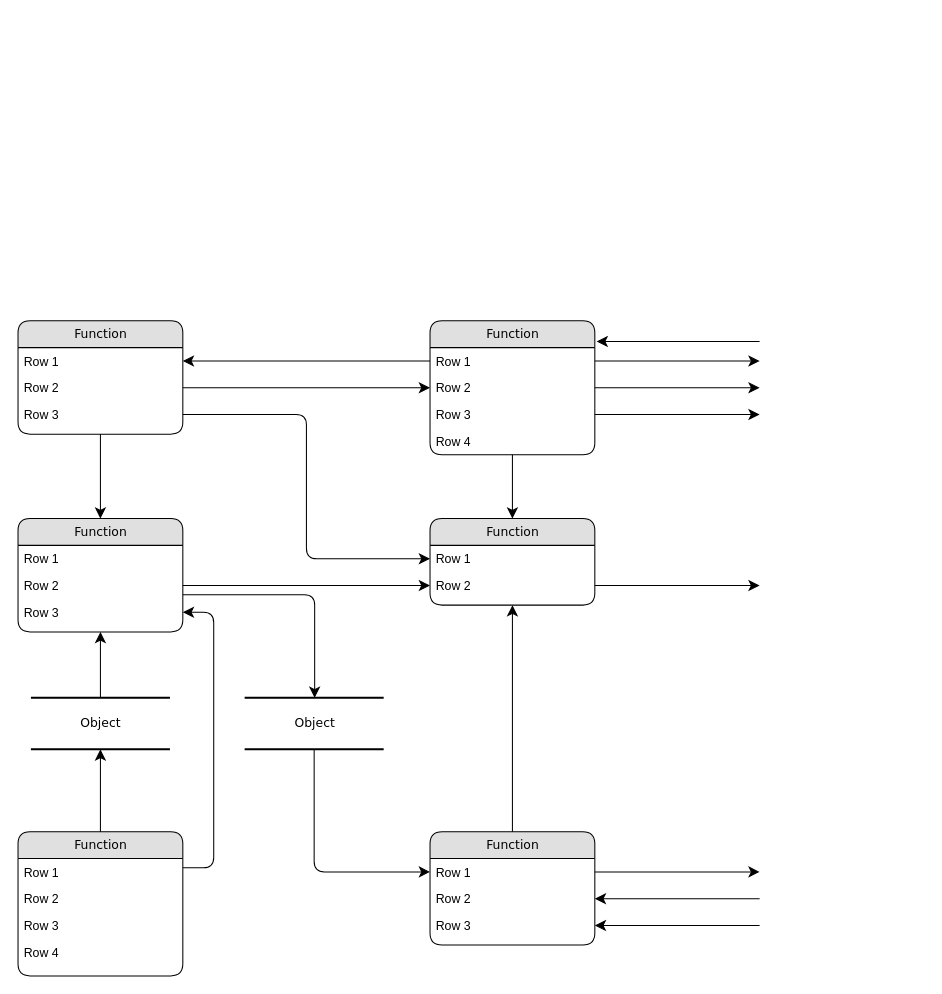
This is io Diagram.drawio from sakag-120/systemflow, a draw.io file, before an edit. Source tidied: cells renumbered, new cells numbered last; positions are measured from the earlier drawing's top-left corner, leaving out a move shared by most shapes. Both pictures are drawn from the tidied source at 103%, with x=0, y=0 at pixel (18, 320).
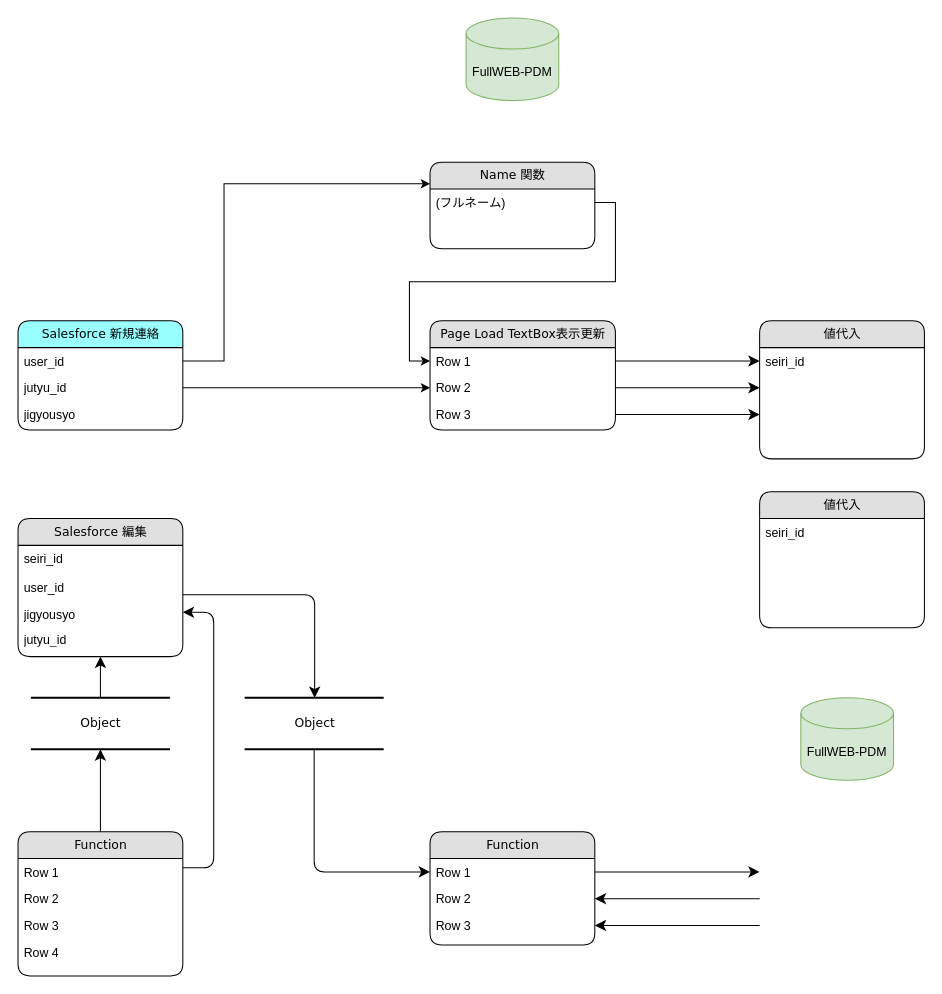
The same diagram, later.

The change refers to these unchanged cells:
```xml
<mxCell id="16" value="Function" style="swimlane;html=1;fontStyle=0;horizontal=1;startSize=26;fillColor=#e0e0e0;swimlaneFillColor=#ffffff;align=center;rounded=1;shadow=0;comic=0;labelBackgroundColor=none;strokeWidth=1;fontFamily=Verdana;fontSize=12;" parent="1" vertex="1">
  <mxGeometry y="496" width="160" height="140" as="geometry" />
</mxCell>
<mxCell id="24" value="Function" style="swimlane;html=1;fontStyle=0;horizontal=1;startSize=26;fillColor=#e0e0e0;swimlaneFillColor=#ffffff;align=center;rounded=1;shadow=0;comic=0;labelBackgroundColor=none;strokeWidth=1;fontFamily=Verdana;fontSize=12;" parent="1" vertex="1">
  <mxGeometry x="400" y="496" width="160" height="110" as="geometry" />
</mxCell>
```

What changed in the source:
```diff
@@
-    <mxCell id="3" value="Function" style="swimlane;html=1;fontStyle=0;horizontal=1;startSize=26;fillColor=#e0e0e0;swimlaneFillColor=#ffffff;align=center;rounded=1;shadow=0;comic=0;labelBackgroundColor=none;strokeWidth=1;fontFamily=Verdana;fontSize=12;" parent="1" vertex="1">
-      <mxGeometry width="160" height="110" as="geometry" />
+    <mxCell id="3" value="Salesforce 新規連絡" style="swimlane;html=1;fontStyle=0;horizontal=1;startSize=26;swimlaneFillColor=#ffffff;align=center;rounded=1;shadow=0;comic=0;labelBackgroundColor=none;strokeWidth=1;fontFamily=Verdana;fontSize=12;fillColor=#99FFFF;" parent="1" vertex="1">
+      <mxGeometry width="160" height="106" as="geometry" />
     </mxCell>
-    <mxCell id="4" value="Row 1" style="text;html=1;strokeColor=none;fillColor=none;spacingLeft=4;spacingRight=4;whiteSpace=wrap;overflow=hidden;points=[[0,0.5],[1,0.5]];portConstraint=eastwest;" parent="3" vertex="1">
-      <mxGeometry y="26" width="160" height="26" as="geometry" />
-    </mxCell>
-    <mxCell id="5" value="Row 2" style="text;html=1;strokeColor=none;fillColor=none;spacingLeft=4;spacingRight=4;whiteSpace=wrap;overflow=hidden;points=[[0,0.5],[1,0.5]];portConstraint=eastwest;" parent="3" vertex="1">
-      <mxGeometry y="52" width="160" height="26" as="geometry" />
+    <mxCell id="5" value="user_id" style="text;html=1;strokeColor=none;fillColor=none;spacingLeft=4;spacingRight=4;whiteSpace=wrap;overflow=hidden;points=[[0,0.5],[1,0.5]];portConstraint=eastwest;" parent="3" vertex="1">
+      <mxGeometry y="26" width="160" height="26" as="geometry" />
     </mxCell>
+    <mxCell id="49" value="jutyu_id" style="text;html=1;strokeColor=none;fillColor=none;spacingLeft=4;spacingRight=4;whiteSpace=wrap;overflow=hidden;points=[[0,0.5],[1,0.5]];portConstraint=eastwest;" parent="3" vertex="1">
+      <mxGeometry y="52" width="160" height="26" as="geometry" />
+    </mxCell>
-    <mxCell id="6" value="Row 3" style="text;html=1;strokeColor=none;fillColor=none;spacingLeft=4;spacingRight=4;whiteSpace=wrap;overflow=hidden;points=[[0,0.5],[1,0.5]];portConstraint=eastwest;" parent="3" vertex="1">
+    <mxCell id="6" value="jigyousyo" style="text;html=1;strokeColor=none;fillColor=none;spacingLeft=4;spacingRight=4;whiteSpace=wrap;overflow=hidden;points=[[0,0.5],[1,0.5]];portConstraint=eastwest;" parent="3" vertex="1">
       <mxGeometry y="78" width="160" height="26" as="geometry" />
     </mxCell>
-    <mxCell id="7" value="Function" style="swimlane;html=1;fontStyle=0;horizontal=1;startSize=26;fillColor=#e0e0e0;swimlaneFillColor=#ffffff;align=center;rounded=1;shadow=0;comic=0;labelBackgroundColor=none;strokeWidth=1;fontFamily=Verdana;fontSize=12;" parent="1" vertex="1">
-      <mxGeometry x="400" width="160" height="130" as="geometry" />
+    <mxCell id="7" value="Page Load TextBox表示更新" style="swimlane;html=1;fontStyle=0;horizontal=1;startSize=26;fillColor=#e0e0e0;swimlaneFillColor=#ffffff;align=center;rounded=1;shadow=0;comic=0;labelBackgroundColor=none;strokeWidth=1;fontFamily=Verdana;fontSize=12;" parent="1" vertex="1">
+      <mxGeometry x="400" width="180" height="106" as="geometry" />
     </mxCell>
     <mxCell id="8" value="Row 1" style="text;html=1;strokeColor=none;fillColor=none;spacingLeft=4;spacingRight=4;whiteSpace=wrap;overflow=hidden;points=[[0,0.5],[1,0.5]];portConstraint=eastwest;" parent="7" vertex="1">
-      <mxGeometry y="26" width="160" height="26" as="geometry" />
+      <mxGeometry y="26" width="180" height="26" as="geometry" />
     </mxCell>
     <mxCell id="9" value="Row 2" style="text;html=1;strokeColor=none;fillColor=none;spacingLeft=4;spacingRight=4;whiteSpace=wrap;overflow=hidden;points=[[0,0.5],[1,0.5]];portConstraint=eastwest;" parent="7" vertex="1">
-      <mxGeometry y="52" width="160" height="26" as="geometry" />
+      <mxGeometry y="52" width="180" height="26" as="geometry" />
     </mxCell>
     <mxCell id="10" value="Row 3" style="text;html=1;strokeColor=none;fillColor=none;spacingLeft=4;spacingRight=4;whiteSpace=wrap;overflow=hidden;points=[[0,0.5],[1,0.5]];portConstraint=eastwest;" parent="7" vertex="1">
-      <mxGeometry y="78" width="160" height="26" as="geometry" />
+      <mxGeometry y="78" width="180" height="26" as="geometry" />
     </mxCell>
-    <mxCell id="11" value="Row 4" style="text;html=1;strokeColor=none;fillColor=none;spacingLeft=4;spacingRight=4;whiteSpace=wrap;overflow=hidden;" parent="7" vertex="1">
-      <mxGeometry y="104" width="160" height="26" as="geometry" />
-    </mxCell>
-    <mxCell id="12" value="Function" style="swimlane;html=1;fontStyle=0;horizontal=1;startSize=26;fillColor=#e0e0e0;swimlaneFillColor=#ffffff;align=center;rounded=1;shadow=0;comic=0;labelBackgroundColor=none;strokeWidth=1;fontFamily=Verdana;fontSize=12;" parent="1" vertex="1">
-      <mxGeometry y="192" width="160" height="110" as="geometry" />
+    <mxCell id="12" value="Salesforce 編集" style="swimlane;html=1;fontStyle=0;horizontal=1;startSize=26;fillColor=#e0e0e0;swimlaneFillColor=#ffffff;align=center;rounded=1;shadow=0;comic=0;labelBackgroundColor=none;strokeWidth=1;fontFamily=Verdana;fontSize=12;" parent="1" vertex="1">
+      <mxGeometry y="192" width="160" height="134" as="geometry" />
     </mxCell>
-    <mxCell id="13" value="Row 1" style="text;html=1;strokeColor=none;fillColor=none;spacingLeft=4;spacingRight=4;whiteSpace=wrap;overflow=hidden;" parent="12" vertex="1">
+    <mxCell id="13" value="seiri_id" style="text;html=1;strokeColor=none;fillColor=none;spacingLeft=4;spacingRight=4;whiteSpace=wrap;overflow=hidden;" parent="12" vertex="1">
       <mxGeometry y="26" width="160" height="26" as="geometry" />
     </mxCell>
-    <mxCell id="14" value="Row 2" style="text;html=1;strokeColor=none;fillColor=none;spacingLeft=4;spacingRight=4;whiteSpace=wrap;overflow=hidden;points=[[0,0.5],[1,0.5]];portConstraint=eastwest;" parent="12" vertex="1">
-      <mxGeometry y="52" width="160" height="26" as="geometry" />
-    </mxCell>
-    <mxCell id="15" value="Row 3" style="text;html=1;strokeColor=none;fillColor=none;spacingLeft=4;spacingRight=4;whiteSpace=wrap;overflow=hidden;points=[[0,0.5],[1,0.5]];portConstraint=eastwest;" parent="12" vertex="1">
-      <mxGeometry y="78" width="160" height="26" as="geometry" />
-    </mxCell>
@@
-    <mxCell id="21" value="Function" style="swimlane;html=1;fontStyle=0;horizontal=1;startSize=26;fillColor=#e0e0e0;swimlaneFillColor=#ffffff;align=center;rounded=1;shadow=0;comic=0;labelBackgroundColor=none;strokeWidth=1;fontFamily=Verdana;fontSize=12;" parent="1" vertex="1">
-      <mxGeometry x="400" y="192" width="160" height="84" as="geometry" />
+    <mxCell id="21" value="Name 関数" style="swimlane;html=1;fontStyle=0;horizontal=1;startSize=26;fillColor=#e0e0e0;swimlaneFillColor=#ffffff;align=center;rounded=1;shadow=0;comic=0;labelBackgroundColor=none;strokeWidth=1;fontFamily=Verdana;fontSize=12;" parent="1" vertex="1">
+      <mxGeometry x="400" y="-154" width="160" height="84" as="geometry" />
     </mxCell>
-    <mxCell id="22" value="Row 1" style="text;html=1;strokeColor=none;fillColor=none;spacingLeft=4;spacingRight=4;whiteSpace=wrap;overflow=hidden;points=[[0,0.5],[1,0.5]];portConstraint=eastwest;" parent="21" vertex="1">
+    <mxCell id="22" value="(フルネーム)" style="text;html=1;strokeColor=none;fillColor=none;spacingLeft=4;spacingRight=4;whiteSpace=wrap;overflow=hidden;points=[[0,0.5],[1,0.5]];portConstraint=eastwest;" parent="21" vertex="1">
       <mxGeometry y="26" width="160" height="26" as="geometry" />
     </mxCell>
-    <mxCell id="23" value="Row 2" style="text;html=1;strokeColor=none;fillColor=none;spacingLeft=4;spacingRight=4;whiteSpace=wrap;overflow=hidden;points=[[0,0.5],[1,0.5]];portConstraint=eastwest;" parent="21" vertex="1">
-      <mxGeometry y="52" width="160" height="26" as="geometry" />
-    </mxCell>
@@
-    <mxCell id="31" style="edgeStyle=orthogonalEdgeStyle;html=1;labelBackgroundColor=none;startFill=0;startSize=8;endFill=1;endSize=8;fontFamily=Verdana;fontSize=12;exitX=1;exitY=0.25;entryX=1;entryY=0.5;" parent="1" edge="1" source="16" target="15">
+    <mxCell id="31" style="edgeStyle=orthogonalEdgeStyle;html=1;labelBackgroundColor=none;startFill=0;startSize=8;endFill=1;endSize=8;fontFamily=Verdana;fontSize=12;exitX=1;exitY=0.25;entryX=1;entryY=0.5;" parent="1" edge="1" source="16">
       <mxGeometry relative="1" as="geometry">
+        <mxPoint x="160" y="283" as="targetPoint" />
         <Array as="points">
           <mxPoint x="190" y="531" />
           <mxPoint x="190" y="283" />
         </Array>
       </mxGeometry>
     </mxCell>
@@
-    <mxCell id="34" style="edgeStyle=orthogonalEdgeStyle;html=1;labelBackgroundColor=none;startFill=0;startSize=8;endFill=1;endSize=8;fontFamily=Verdana;fontSize=12;" parent="1" edge="1" source="3" target="12">
-      <mxGeometry relative="1" as="geometry" />
-    </mxCell>
-    <mxCell id="35" style="edgeStyle=orthogonalEdgeStyle;html=1;labelBackgroundColor=none;startFill=0;startSize=8;endFill=1;endSize=8;fontFamily=Verdana;fontSize=12;" parent="1" edge="1" source="24" target="21">
-      <mxGeometry relative="1" as="geometry" />
-    </mxCell>
-    <mxCell id="36" style="edgeStyle=orthogonalEdgeStyle;html=1;labelBackgroundColor=none;startFill=0;startSize=8;endFill=1;endSize=8;fontFamily=Verdana;fontSize=12;" parent="1" edge="1" source="7" target="21">
-      <mxGeometry relative="1" as="geometry" />
-    </mxCell>
-    <mxCell id="37" style="edgeStyle=orthogonalEdgeStyle;html=1;entryX=0;entryY=0.5;labelBackgroundColor=none;startFill=0;startSize=8;endFill=1;endSize=8;fontFamily=Verdana;fontSize=12;exitX=1;exitY=0.5;" parent="1" edge="1" source="5" target="9">
-      <mxGeometry relative="1" as="geometry" />
-    </mxCell>
-    <mxCell id="38" style="edgeStyle=orthogonalEdgeStyle;html=1;exitX=0;exitY=0.5;entryX=1;entryY=0.5;labelBackgroundColor=none;startFill=0;startSize=8;endFill=1;endSize=8;fontFamily=Verdana;fontSize=12;" parent="1" edge="1" source="8" target="4">
-      <mxGeometry relative="1" as="geometry" />
-    </mxCell>
-    <mxCell id="39" style="edgeStyle=orthogonalEdgeStyle;html=1;exitX=1;exitY=0.5;entryX=0;entryY=0.5;labelBackgroundColor=none;startFill=0;startSize=8;endFill=1;endSize=8;fontFamily=Verdana;fontSize=12;" parent="1" edge="1" source="6" target="22">
-      <mxGeometry relative="1" as="geometry" />
-    </mxCell>
-    <mxCell id="40" style="edgeStyle=orthogonalEdgeStyle;html=1;exitX=1;exitY=0.5;entryX=0;entryY=0.5;labelBackgroundColor=none;startFill=0;startSize=8;endFill=1;endSize=8;fontFamily=Verdana;fontSize=12;" parent="1" edge="1" source="14" target="23">
-      <mxGeometry relative="1" as="geometry" />
-    </mxCell>
-    <mxCell id="41" style="edgeStyle=orthogonalEdgeStyle;html=1;labelBackgroundColor=none;startFill=0;startSize=8;endFill=1;endSize=8;fontFamily=Verdana;fontSize=12;" parent="1" edge="1" source="23">
-      <mxGeometry relative="1" as="geometry">
-        <mxPoint x="720" y="257" as="targetPoint" />
-      </mxGeometry>
-    </mxCell>
@@
-    <mxCell id="48" style="edgeStyle=elbowEdgeStyle;html=1;labelBackgroundColor=none;startFill=0;startSize=8;endFill=1;endSize=8;fontFamily=Verdana;fontSize=12;elbow=vertical;entryX=1.011;entryY=0.152;entryPerimeter=0;" parent="1" edge="1" target="7">
-      <mxGeometry relative="1" as="geometry">
-        <mxPoint x="720" y="20" as="sourcePoint" />
-        <Array as="points">
-          <mxPoint x="650" y="20" />
-        </Array>
-      </mxGeometry>
-    </mxCell>
+    <mxCell id="50" style="edgeStyle=orthogonalEdgeStyle;rounded=0;jettySize=auto;html=1;entryX=0;entryY=0.25;entryDx=0;entryDy=0;" parent="1" edge="1" target="21">
+      <mxGeometry relative="1" as="geometry">
+        <mxPoint x="160" y="39" as="sourcePoint" />
+        <Array as="points">
+          <mxPoint x="200" y="39" />
+          <mxPoint x="200" y="-133" />
+        </Array>
+      </mxGeometry>
+    </mxCell>
+    <mxCell id="51" value="user_id" style="text;html=1;strokeColor=none;fillColor=none;spacingLeft=4;spacingRight=4;whiteSpace=wrap;overflow=hidden;" parent="1" vertex="1">
+      <mxGeometry y="246" width="160" height="26" as="geometry" />
+    </mxCell>
+    <mxCell id="52" value="jigyousyo" style="text;html=1;strokeColor=none;fillColor=none;spacingLeft=4;spacingRight=4;whiteSpace=wrap;overflow=hidden;" parent="1" vertex="1">
+      <mxGeometry y="272" width="160" height="26" as="geometry" />
+    </mxCell>
+    <mxCell id="53" value="jutyu_id" style="text;html=1;strokeColor=none;fillColor=none;spacingLeft=4;spacingRight=4;whiteSpace=wrap;overflow=hidden;" parent="1" vertex="1">
+      <mxGeometry y="296" width="160" height="26" as="geometry" />
+    </mxCell>
+    <mxCell id="54" style="edgeStyle=orthogonalEdgeStyle;rounded=0;jettySize=auto;html=1;entryX=0;entryY=0.5;entryDx=0;entryDy=0;" parent="1" edge="1" source="22" target="8">
+      <mxGeometry relative="1" as="geometry" />
+    </mxCell>
+    <mxCell id="55" style="edgeStyle=orthogonalEdgeStyle;rounded=0;jettySize=auto;html=1;entryX=0;entryY=0.5;entryDx=0;entryDy=0;" parent="1" edge="1" source="49" target="9">
+      <mxGeometry relative="1" as="geometry" />
+    </mxCell>
+    <mxCell id="56" value="値代入" style="swimlane;html=1;fontStyle=0;horizontal=1;startSize=26;fillColor=#e0e0e0;swimlaneFillColor=#ffffff;align=center;rounded=1;shadow=0;comic=0;labelBackgroundColor=none;strokeWidth=1;fontFamily=Verdana;fontSize=12;" parent="1" vertex="1">
+      <mxGeometry x="720" width="160" height="134" as="geometry" />
+    </mxCell>
+    <mxCell id="57" value="seiri_id" style="text;html=1;strokeColor=none;fillColor=none;spacingLeft=4;spacingRight=4;whiteSpace=wrap;overflow=hidden;" parent="56" vertex="1">
+      <mxGeometry y="26" width="160" height="26" as="geometry" />
+    </mxCell>
+    <mxCell id="58" value="FullWEB-PDM" style="shape=cylinder3;whiteSpace=wrap;html=1;boundedLbl=1;backgroundOutline=1;size=15;fillColor=#d5e8d4;strokeColor=#82b366;" parent="1" vertex="1">
+      <mxGeometry x="760" y="366" width="90" height="80" as="geometry" />
+    </mxCell>
+    <mxCell id="59" value="FullWEB-PDM" style="shape=cylinder3;whiteSpace=wrap;html=1;boundedLbl=1;backgroundOutline=1;size=15;fillColor=#d5e8d4;strokeColor=#82b366;" parent="1" vertex="1">
+      <mxGeometry x="435" y="-294" width="90" height="80" as="geometry" />
+    </mxCell>
+    <mxCell id="60" value="値代入" style="swimlane;html=1;fontStyle=0;horizontal=1;startSize=26;fillColor=#e0e0e0;swimlaneFillColor=#ffffff;align=center;rounded=1;shadow=0;comic=0;labelBackgroundColor=none;strokeWidth=1;fontFamily=Verdana;fontSize=12;" parent="1" vertex="1">
+      <mxGeometry x="720" y="166" width="160" height="132" as="geometry" />
+    </mxCell>
+    <mxCell id="61" value="seiri_id" style="text;html=1;strokeColor=none;fillColor=none;spacingLeft=4;spacingRight=4;whiteSpace=wrap;overflow=hidden;" parent="60" vertex="1">
+      <mxGeometry y="26" width="160" height="26" as="geometry" />
+    </mxCell>
```
